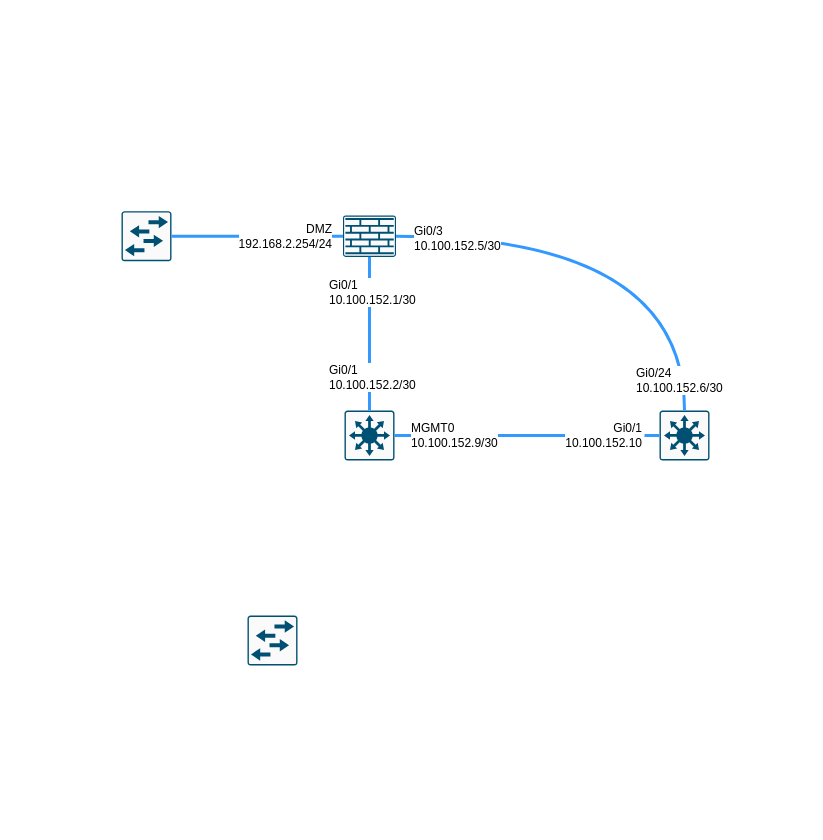
This is 恒大智慧小区.drawio from iskerwin/draw, a draw.io file, before an edit. Source tidied: cells renumbered, new cells numbered last; positions are measured from the earlier drawing's top-left corner, leaving out a move shared by most shapes. Both pictures are drawn from the tidied source at 100%, with x=0, y=0 at pixel (121, 211).
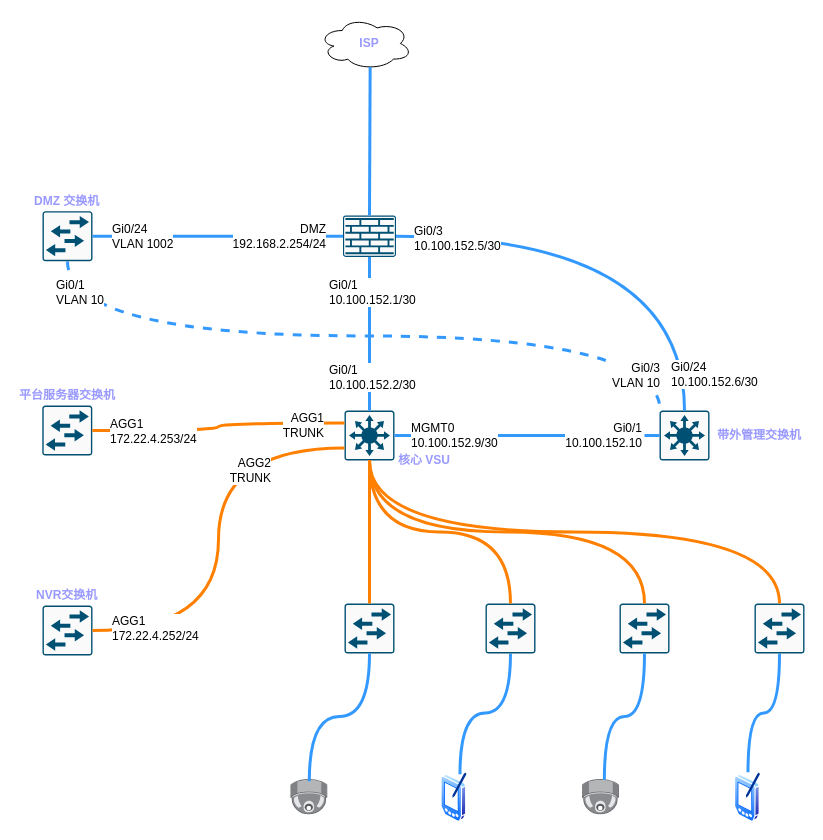
After the change.

Commit message (it also covers changes not shown here):
更新恒大智慧小区.drawio

The change refers to these unchanged cells:
```xml
<mxCell id="2" style="sketch=0;points=[[0.015,0.015,0],[0.985,0.015,0],[0.985,0.985,0],[0.015,0.985,0],[0.25,0,0],[0.5,0,0],[0.75,0,0],[1,0.25,0],[1,0.5,0],[1,0.75,0],[0.75,1,0],[0.5,1,0],[0.25,1,0],[0,0.75,0],[0,0.5,0],[0,0.25,0]];verticalLabelPosition=bottom;html=1;verticalAlign=top;align=center;shape=mxgraph.cisco19.rect;prIcon=l3_switch;fillColor=#FAFAFA;strokeColor=#005073;" parent="1" vertex="1">
  <mxGeometry x="223" y="199" width="50" height="50" as="geometry" />
</mxCell>
<mxCell id="3" style="sketch=0;points=[[0.015,0.015,0],[0.985,0.015,0],[0.985,0.985,0],[0.015,0.985,0],[0.25,0,0],[0.5,0,0],[0.75,0,0],[1,0.25,0],[1,0.5,0],[1,0.75,0],[0.75,1,0],[0.5,1,0],[0.25,1,0],[0,0.75,0],[0,0.5,0],[0,0.25,0]];verticalLabelPosition=bottom;html=1;verticalAlign=top;align=center;shape=mxgraph.cisco19.rect;prIcon=l3_switch;fillColor=#FAFAFA;strokeColor=#005073;" parent="1" vertex="1">
  <mxGeometry x="538" y="199" width="50" height="50" as="geometry" />
</mxCell>
<mxCell id="4" style="sketch=0;points=[[0.015,0.015,0],[0.985,0.015,0],[0.985,0.985,0],[0.015,0.985,0],[0.25,0,0],[0.5,0,0],[0.75,0,0],[1,0.25,0],[1,0.5,0],[1,0.75,0],[0.75,1,0],[0.5,1,0],[0.25,1,0],[0,0.75,0],[0,0.5,0],[0,0.25,0]];verticalLabelPosition=bottom;html=1;verticalAlign=top;align=center;shape=mxgraph.cisco19.rect;prIcon=firewall;fillColor=#FAFAFA;strokeColor=#005073;" parent="1" vertex="1">
  <mxGeometry x="221.5" y="4" width="53" height="41.4" as="geometry" />
</mxCell>
```

What changed in the source:
```diff
@@
+    <mxCell id="19" style="edgeStyle=orthogonalEdgeStyle;shape=connector;rounded=0;jettySize=auto;html=1;exitX=0.5;exitY=1;exitDx=0;exitDy=0;exitPerimeter=0;entryX=0.015;entryY=0.015;entryDx=0;entryDy=0;entryPerimeter=0;strokeColor=#3399FF;strokeWidth=3;align=center;verticalAlign=middle;fontFamily=Helvetica;fontSize=12;fontColor=default;labelBackgroundColor=default;startSize=8;endArrow=none;endFill=0;endSize=8;curved=1;dashed=1;" parent="1" edge="1" source="5" target="3">
+      <mxGeometry relative="1" as="geometry" />
+    </mxCell>
@@
     <mxCell id="5" style="sketch=0;points=[[0.015,0.015,0],[0.985,0.015,0],[0.985,0.985,0],[0.015,0.985,0],[0.25,0,0],[0.5,0,0],[0.75,0,0],[1,0.25,0],[1,0.5,0],[1,0.75,0],[0.75,1,0],[0.5,1,0],[0.25,1,0],[0,0.75,0],[0,0.5,0],[0,0.25,0]];verticalLabelPosition=bottom;html=1;verticalAlign=top;align=center;shape=mxgraph.cisco19.rect;prIcon=workgroup_switch;fillColor=#FAFAFA;strokeColor=#005073;" parent="1" vertex="1">
-      <mxGeometry y="-0.3" width="50" height="50" as="geometry" />
+      <mxGeometry x="-79" y="-0.3" width="50" height="50" as="geometry" />
     </mxCell>
     <mxCell id="6" style="sketch=0;points=[[0.015,0.015,0],[0.985,0.015,0],[0.985,0.985,0],[0.015,0.985,0],[0.25,0,0],[0.5,0,0],[0.75,0,0],[1,0.25,0],[1,0.5,0],[1,0.75,0],[0.75,1,0],[0.5,1,0],[0.25,1,0],[0,0.75,0],[0,0.5,0],[0,0.25,0]];verticalLabelPosition=bottom;html=1;verticalAlign=top;align=center;shape=mxgraph.cisco19.rect;prIcon=workgroup_switch;fillColor=#FAFAFA;strokeColor=#005073;" parent="1" vertex="1">
-      <mxGeometry x="126" y="404" width="50" height="50" as="geometry" />
+      <mxGeometry x="-79.2" y="194" width="50" height="50" as="geometry" />
     </mxCell>
-    <mxCell id="7" style="edgeStyle=orthogonalEdgeStyle;curved=1;rounded=0;jettySize=auto;html=1;exitX=0.5;exitY=1;exitDx=0;exitDy=0;exitPerimeter=0;entryX=0.5;entryY=0;entryDx=0;entryDy=0;entryPerimeter=0;fontSize=12;startSize=8;endSize=8;endArrow=none;endFill=0;strokeColor=#3399FF;strokeWidth=3;" parent="1" edge="1" source="4" target="2">
+    <mxCell id="7" style="rounded=0;jettySize=auto;html=1;exitX=0.5;exitY=1;exitDx=0;exitDy=0;exitPerimeter=0;entryX=0.5;entryY=0;entryDx=0;entryDy=0;entryPerimeter=0;fontSize=12;startSize=8;endSize=8;endArrow=none;endFill=0;strokeColor=#3399FF;strokeWidth=3;" parent="1" edge="1" source="4" target="2">
       <mxGeometry relative="1" as="geometry" />
     </mxCell>
@@
     <mxCell id="16" value="Gi0/24&lt;div&gt;10.100.152.6/30&lt;/div&gt;" style="text;html=1;align=left;verticalAlign=middle;whiteSpace=wrap;rounded=0;fontSize=12;fontFamily=Helvetica;fontColor=default;labelBackgroundColor=default;" parent="1" vertex="1">
-      <mxGeometry x="513" y="154" width="85" height="30" as="geometry" />
+      <mxGeometry x="548" y="148" width="85" height="30" as="geometry" />
     </mxCell>
@@
     <mxCell id="18" value="DMZ&lt;br&gt;&lt;div&gt;192.168.2.254/24&lt;/div&gt;" style="text;html=1;align=right;verticalAlign=middle;whiteSpace=wrap;rounded=0;fontSize=12;fontFamily=Helvetica;fontColor=default;labelBackgroundColor=default;" parent="1" vertex="1">
-      <mxGeometry x="102" y="9.7" width="111" height="30" as="geometry" />
+      <mxGeometry x="95.5" y="9.7" width="111" height="30" as="geometry" />
     </mxCell>
+    <mxCell id="20" style="ellipse;shape=cloud;whiteSpace=wrap;html=1;fontFamily=Helvetica;fontSize=12;fontColor=default;labelBackgroundColor=default;" parent="1" vertex="1">
+      <mxGeometry x="197.5" y="-194" width="93" height="52" as="geometry" />
+    </mxCell>
+    <mxCell id="21" style="shape=connector;rounded=0;jettySize=auto;html=1;exitX=0.55;exitY=0.95;exitDx=0;exitDy=0;exitPerimeter=0;entryX=0.5;entryY=0;entryDx=0;entryDy=0;entryPerimeter=0;strokeColor=#3399FF;strokeWidth=3;align=center;verticalAlign=middle;fontFamily=Helvetica;fontSize=12;fontColor=default;labelBackgroundColor=default;startSize=8;endArrow=none;endFill=0;endSize=8;" parent="1" edge="1" source="20" target="4">
+      <mxGeometry relative="1" as="geometry" />
+    </mxCell>
+    <mxCell id="22" style="edgeStyle=orthogonalEdgeStyle;curved=1;rounded=0;jettySize=auto;html=1;exitX=1;exitY=0.5;exitDx=0;exitDy=0;exitPerimeter=0;entryX=0;entryY=0.25;entryDx=0;entryDy=0;entryPerimeter=0;strokeColor=#FF8000;strokeWidth=3;align=center;verticalAlign=middle;fontFamily=Helvetica;fontSize=12;fontColor=default;labelBackgroundColor=default;endArrow=none;endFill=0;" parent="1" edge="1" source="6" target="2">
+      <mxGeometry relative="1" as="geometry" />
+    </mxCell>
+    <mxCell id="23" value="AGG1&lt;br&gt;&lt;div&gt;172.22.4.253/24&lt;/div&gt;" style="text;html=1;align=left;verticalAlign=middle;whiteSpace=wrap;rounded=0;fontSize=12;fontFamily=Helvetica;fontColor=default;labelBackgroundColor=default;" parent="1" vertex="1">
+      <mxGeometry x="-13.5" y="205" width="85" height="30" as="geometry" />
+    </mxCell>
+    <mxCell id="24" value="AGG1&lt;br&gt;&lt;div&gt;TRUNK&lt;/div&gt;" style="text;html=1;align=right;verticalAlign=middle;whiteSpace=wrap;rounded=0;fontSize=12;fontFamily=Helvetica;fontColor=default;labelBackgroundColor=default;" parent="1" vertex="1">
+      <mxGeometry x="160" y="199" width="44.5" height="30" as="geometry" />
+    </mxCell>
+    <mxCell id="25" value="Gi0/24&lt;br&gt;&lt;div&gt;VLAN 1002&lt;/div&gt;" style="text;html=1;align=left;verticalAlign=middle;whiteSpace=wrap;rounded=0;fontSize=12;fontFamily=Helvetica;fontColor=default;labelBackgroundColor=default;" parent="1" vertex="1">
+      <mxGeometry x="-11" y="10" width="68" height="30" as="geometry" />
+    </mxCell>
+    <mxCell id="26" value="平台服务器交换机" style="text;html=1;align=left;verticalAlign=middle;whiteSpace=wrap;rounded=0;fontSize=12;fontFamily=Helvetica;fontColor=#9999FF;labelBackgroundColor=default;fontStyle=1;" parent="1" vertex="1">
+      <mxGeometry x="-104.2" y="173.5" width="100" height="20" as="geometry" />
+    </mxCell>
+    <mxCell id="27" value="带外管理交换机" style="text;html=1;align=left;verticalAlign=middle;whiteSpace=wrap;rounded=0;fontSize=12;fontFamily=Helvetica;fontColor=#9999FF;labelBackgroundColor=default;fontStyle=1;" parent="1" vertex="1">
+      <mxGeometry x="594" y="214" width="90" height="20" as="geometry" />
+    </mxCell>
+    <mxCell id="28" value="Gi0/1&lt;div&gt;VLAN 10&lt;/div&gt;" style="text;html=1;align=left;verticalAlign=middle;whiteSpace=wrap;rounded=0;fontSize=12;fontFamily=Helvetica;fontColor=default;labelBackgroundColor=default;" parent="1" vertex="1">
+      <mxGeometry x="-67" y="68.5" width="55" height="25" as="geometry" />
+    </mxCell>
+    <mxCell id="29" value="Gi0/3&lt;br&gt;VLAN 10" style="text;html=1;align=right;verticalAlign=middle;whiteSpace=wrap;rounded=0;fontSize=12;fontFamily=Helvetica;fontColor=default;labelBackgroundColor=default;" parent="1" vertex="1">
+      <mxGeometry x="486" y="151" width="55" height="25" as="geometry" />
+    </mxCell>
+    <mxCell id="30" style="sketch=0;points=[[0.015,0.015,0],[0.985,0.015,0],[0.985,0.985,0],[0.015,0.985,0],[0.25,0,0],[0.5,0,0],[0.75,0,0],[1,0.25,0],[1,0.5,0],[1,0.75,0],[0.75,1,0],[0.5,1,0],[0.25,1,0],[0,0.75,0],[0,0.5,0],[0,0.25,0]];verticalLabelPosition=bottom;html=1;verticalAlign=top;align=center;shape=mxgraph.cisco19.rect;prIcon=workgroup_switch;fillColor=#FAFAFA;strokeColor=#005073;" parent="1" vertex="1">
+      <mxGeometry x="-79" y="394" width="50" height="50" as="geometry" />
+    </mxCell>
+    <mxCell id="31" value="NVR交换机" style="text;html=1;align=left;verticalAlign=middle;whiteSpace=wrap;rounded=0;fontSize=12;fontFamily=Helvetica;fontColor=#9999FF;labelBackgroundColor=default;fontStyle=1;" parent="1" vertex="1">
+      <mxGeometry x="-86.8" y="374" width="65" height="20" as="geometry" />
+    </mxCell>
+    <mxCell id="32" style="edgeStyle=orthogonalEdgeStyle;rounded=0;jettySize=auto;html=1;exitX=0;exitY=0.75;exitDx=0;exitDy=0;exitPerimeter=0;entryX=1;entryY=0.5;entryDx=0;entryDy=0;entryPerimeter=0;strokeColor=#FF8000;strokeWidth=3;align=center;verticalAlign=middle;fontFamily=Helvetica;fontSize=12;fontColor=default;labelBackgroundColor=default;endArrow=none;endFill=0;elbow=vertical;curved=1;" parent="1" edge="1" source="2" target="30">
+      <mxGeometry relative="1" as="geometry" />
+    </mxCell>
+    <mxCell id="33" value="AGG2&lt;br&gt;&lt;div&gt;TRUNK&lt;/div&gt;" style="text;html=1;align=right;verticalAlign=middle;whiteSpace=wrap;rounded=0;fontSize=12;fontFamily=Helvetica;fontColor=default;labelBackgroundColor=default;" parent="1" vertex="1">
+      <mxGeometry x="102" y="244" width="50" height="30" as="geometry" />
+    </mxCell>
+    <mxCell id="34" value="AGG1&lt;br&gt;&lt;div&gt;172.22.4.252/24&lt;/div&gt;" style="text;html=1;align=left;verticalAlign=middle;whiteSpace=wrap;rounded=0;fontSize=12;fontFamily=Helvetica;fontColor=default;labelBackgroundColor=default;" parent="1" vertex="1">
+      <mxGeometry x="-11" y="402" width="85" height="30" as="geometry" />
+    </mxCell>
+    <mxCell id="35" value="核心 VSU" style="text;html=1;align=left;verticalAlign=middle;whiteSpace=wrap;rounded=0;fontSize=12;fontFamily=Helvetica;fontColor=#9999FF;labelBackgroundColor=default;fontStyle=1;" parent="1" vertex="1">
+      <mxGeometry x="274.5" y="239" width="60" height="20" as="geometry" />
+    </mxCell>
+    <mxCell id="36" value="DMZ 交换机" style="text;html=1;align=left;verticalAlign=middle;whiteSpace=wrap;rounded=0;fontSize=12;fontFamily=Helvetica;fontColor=#9999FF;labelBackgroundColor=default;fontStyle=1;" parent="1" vertex="1">
+      <mxGeometry x="-89" y="-20.3" width="70" height="20" as="geometry" />
+    </mxCell>
+    <mxCell id="37" style="sketch=0;points=[[0.015,0.015,0],[0.985,0.015,0],[0.985,0.985,0],[0.015,0.985,0],[0.25,0,0],[0.5,0,0],[0.75,0,0],[1,0.25,0],[1,0.5,0],[1,0.75,0],[0.75,1,0],[0.5,1,0],[0.25,1,0],[0,0.75,0],[0,0.5,0],[0,0.25,0]];verticalLabelPosition=bottom;html=1;verticalAlign=top;align=center;shape=mxgraph.cisco19.rect;prIcon=workgroup_switch;fillColor=#FAFAFA;strokeColor=#005073;" parent="1" vertex="1">
+      <mxGeometry x="223" y="392" width="50" height="50" as="geometry" />
+    </mxCell>
+    <mxCell id="38" style="edgeStyle=orthogonalEdgeStyle;shape=connector;curved=1;rounded=0;jettySize=auto;html=1;exitX=0.5;exitY=1;exitDx=0;exitDy=0;exitPerimeter=0;entryX=0.5;entryY=0;entryDx=0;entryDy=0;strokeColor=#3399FF;strokeWidth=3;align=center;verticalAlign=middle;fontFamily=Helvetica;fontSize=12;fontColor=default;labelBackgroundColor=default;startSize=8;endArrow=none;endFill=0;endSize=8;" parent="1" edge="1" source="39" target="50">
+      <mxGeometry relative="1" as="geometry" />
+    </mxCell>
+    <mxCell id="39" style="sketch=0;points=[[0.015,0.015,0],[0.985,0.015,0],[0.985,0.985,0],[0.015,0.985,0],[0.25,0,0],[0.5,0,0],[0.75,0,0],[1,0.25,0],[1,0.5,0],[1,0.75,0],[0.75,1,0],[0.5,1,0],[0.25,1,0],[0,0.75,0],[0,0.5,0],[0,0.25,0]];verticalLabelPosition=bottom;html=1;verticalAlign=top;align=center;shape=mxgraph.cisco19.rect;prIcon=workgroup_switch;fillColor=#FAFAFA;strokeColor=#005073;" parent="1" vertex="1">
+      <mxGeometry x="633" y="392" width="50" height="50" as="geometry" />
+    </mxCell>
+    <mxCell id="40" style="edgeStyle=orthogonalEdgeStyle;shape=connector;curved=1;rounded=0;jettySize=auto;html=1;exitX=0.5;exitY=1;exitDx=0;exitDy=0;exitPerimeter=0;entryX=0.75;entryY=0;entryDx=0;entryDy=0;strokeColor=#3399FF;strokeWidth=3;align=center;verticalAlign=middle;fontFamily=Helvetica;fontSize=12;fontColor=default;labelBackgroundColor=default;startSize=8;endArrow=none;endFill=0;endSize=8;" parent="1" edge="1" source="41" target="48">
+      <mxGeometry relative="1" as="geometry" />
+    </mxCell>
+    <mxCell id="41" style="sketch=0;points=[[0.015,0.015,0],[0.985,0.015,0],[0.985,0.985,0],[0.015,0.985,0],[0.25,0,0],[0.5,0,0],[0.75,0,0],[1,0.25,0],[1,0.5,0],[1,0.75,0],[0.75,1,0],[0.5,1,0],[0.25,1,0],[0,0.75,0],[0,0.5,0],[0,0.25,0]];verticalLabelPosition=bottom;html=1;verticalAlign=top;align=center;shape=mxgraph.cisco19.rect;prIcon=workgroup_switch;fillColor=#FAFAFA;strokeColor=#005073;" parent="1" vertex="1">
+      <mxGeometry x="364" y="392" width="50" height="50" as="geometry" />
+    </mxCell>
+    <mxCell id="42" style="sketch=0;points=[[0.015,0.015,0],[0.985,0.015,0],[0.985,0.985,0],[0.015,0.985,0],[0.25,0,0],[0.5,0,0],[0.75,0,0],[1,0.25,0],[1,0.5,0],[1,0.75,0],[0.75,1,0],[0.5,1,0],[0.25,1,0],[0,0.75,0],[0,0.5,0],[0,0.25,0]];verticalLabelPosition=bottom;html=1;verticalAlign=top;align=center;shape=mxgraph.cisco19.rect;prIcon=workgroup_switch;fillColor=#FAFAFA;strokeColor=#005073;" parent="1" vertex="1">
+      <mxGeometry x="498" y="392" width="50" height="50" as="geometry" />
+    </mxCell>
+    <mxCell id="43" style="edgeStyle=orthogonalEdgeStyle;shape=connector;curved=1;rounded=0;jettySize=auto;html=1;exitX=0.5;exitY=1;exitDx=0;exitDy=0;exitPerimeter=0;entryX=0.5;entryY=0;entryDx=0;entryDy=0;entryPerimeter=0;strokeColor=#FF8000;strokeWidth=3;align=center;verticalAlign=middle;fontFamily=Helvetica;fontSize=12;fontColor=default;labelBackgroundColor=default;elbow=vertical;endArrow=none;endFill=0;" parent="1" edge="1" source="2" target="37">
+      <mxGeometry relative="1" as="geometry" />
+    </mxCell>
+    <mxCell id="44" style="edgeStyle=orthogonalEdgeStyle;shape=connector;curved=1;rounded=0;jettySize=auto;html=1;exitX=0.5;exitY=1;exitDx=0;exitDy=0;exitPerimeter=0;entryX=0.5;entryY=0;entryDx=0;entryDy=0;entryPerimeter=0;strokeColor=#FF8000;strokeWidth=3;align=center;verticalAlign=middle;fontFamily=Helvetica;fontSize=12;fontColor=default;labelBackgroundColor=default;elbow=vertical;endArrow=none;endFill=0;" parent="1" edge="1" source="2" target="41">
+      <mxGeometry relative="1" as="geometry" />
+    </mxCell>
+    <mxCell id="45" style="edgeStyle=orthogonalEdgeStyle;shape=connector;curved=1;rounded=0;jettySize=auto;html=1;exitX=0.5;exitY=1;exitDx=0;exitDy=0;exitPerimeter=0;entryX=0.5;entryY=0;entryDx=0;entryDy=0;entryPerimeter=0;strokeColor=#FF8000;strokeWidth=3;align=center;verticalAlign=middle;fontFamily=Helvetica;fontSize=12;fontColor=default;labelBackgroundColor=default;elbow=vertical;endArrow=none;endFill=0;" parent="1" edge="1" source="2" target="42">
+      <mxGeometry relative="1" as="geometry" />
+    </mxCell>
+    <mxCell id="46" style="edgeStyle=orthogonalEdgeStyle;shape=connector;curved=1;rounded=0;jettySize=auto;html=1;exitX=0.5;exitY=1;exitDx=0;exitDy=0;exitPerimeter=0;entryX=0.5;entryY=0;entryDx=0;entryDy=0;entryPerimeter=0;strokeColor=#FF8000;strokeWidth=3;align=center;verticalAlign=middle;fontFamily=Helvetica;fontSize=12;fontColor=default;labelBackgroundColor=default;elbow=vertical;endArrow=none;endFill=0;" parent="1" edge="1" source="2" target="39">
+      <mxGeometry relative="1" as="geometry" />
+    </mxCell>
+    <mxCell id="47" style="image;points=[];html=1;align=center;shadow=0;dashed=0;image=img/lib/allied_telesis/security/Surveillance_Camera_Ceiling.svg;fontFamily=Helvetica;fontSize=12;fontColor=default;labelBackgroundColor=default;" parent="1" vertex="1">
+      <mxGeometry x="169.3" y="568" width="37.2" height="35.4" as="geometry" />
+    </mxCell>
+    <mxCell id="48" style="image;perimeter=ellipsePerimeter;html=1;align=center;shadow=0;dashed=0;spacingTop=3;image=img/lib/active_directory/pda.svg;fontFamily=Helvetica;fontSize=12;fontColor=default;labelBackgroundColor=default;" parent="1" vertex="1">
+      <mxGeometry x="319.5" y="560.7" width="27" height="50" as="geometry" />
+    </mxCell>
+    <mxCell id="49" style="image;points=[];html=1;align=center;shadow=0;dashed=0;image=img/lib/allied_telesis/security/Surveillance_Camera_Ceiling.svg;fontFamily=Helvetica;fontSize=12;fontColor=default;labelBackgroundColor=default;" parent="1" vertex="1">
+      <mxGeometry x="460.8" y="568" width="37.2" height="35.4" as="geometry" />
+    </mxCell>
+    <mxCell id="50" style="image;perimeter=ellipsePerimeter;html=1;align=center;shadow=0;dashed=0;spacingTop=3;image=img/lib/active_directory/pda.svg;fontFamily=Helvetica;fontSize=12;fontColor=default;labelBackgroundColor=default;" parent="1" vertex="1">
+      <mxGeometry x="613" y="560.7" width="27" height="50" as="geometry" />
+    </mxCell>
+    <mxCell id="51" style="edgeStyle=orthogonalEdgeStyle;shape=connector;curved=1;rounded=0;jettySize=auto;html=1;exitX=0.5;exitY=1;exitDx=0;exitDy=0;exitPerimeter=0;entryX=0.497;entryY=0.049;entryDx=0;entryDy=0;entryPerimeter=0;strokeColor=#3399FF;strokeWidth=3;align=center;verticalAlign=middle;fontFamily=Helvetica;fontSize=12;fontColor=default;labelBackgroundColor=default;startSize=8;endArrow=none;endFill=0;endSize=8;" parent="1" edge="1" source="37" target="47">
+      <mxGeometry relative="1" as="geometry" />
+    </mxCell>
+    <mxCell id="52" style="edgeStyle=orthogonalEdgeStyle;shape=connector;curved=1;rounded=0;jettySize=auto;html=1;exitX=0.5;exitY=1;exitDx=0;exitDy=0;exitPerimeter=0;entryX=0.593;entryY=0.009;entryDx=0;entryDy=0;entryPerimeter=0;strokeColor=#3399FF;strokeWidth=3;align=center;verticalAlign=middle;fontFamily=Helvetica;fontSize=12;fontColor=default;labelBackgroundColor=default;startSize=8;endArrow=none;endFill=0;endSize=8;" parent="1" edge="1" source="42" target="49">
+      <mxGeometry relative="1" as="geometry" />
+    </mxCell>
+    <mxCell id="53" value="ISP" style="text;html=1;align=center;verticalAlign=middle;whiteSpace=wrap;rounded=0;fontSize=12;fontFamily=Helvetica;fontColor=#9999FF;labelBackgroundColor=default;fontStyle=1;" parent="1" vertex="1">
+      <mxGeometry x="213" y="-178" width="70" height="20" as="geometry" />
+    </mxCell>
```
